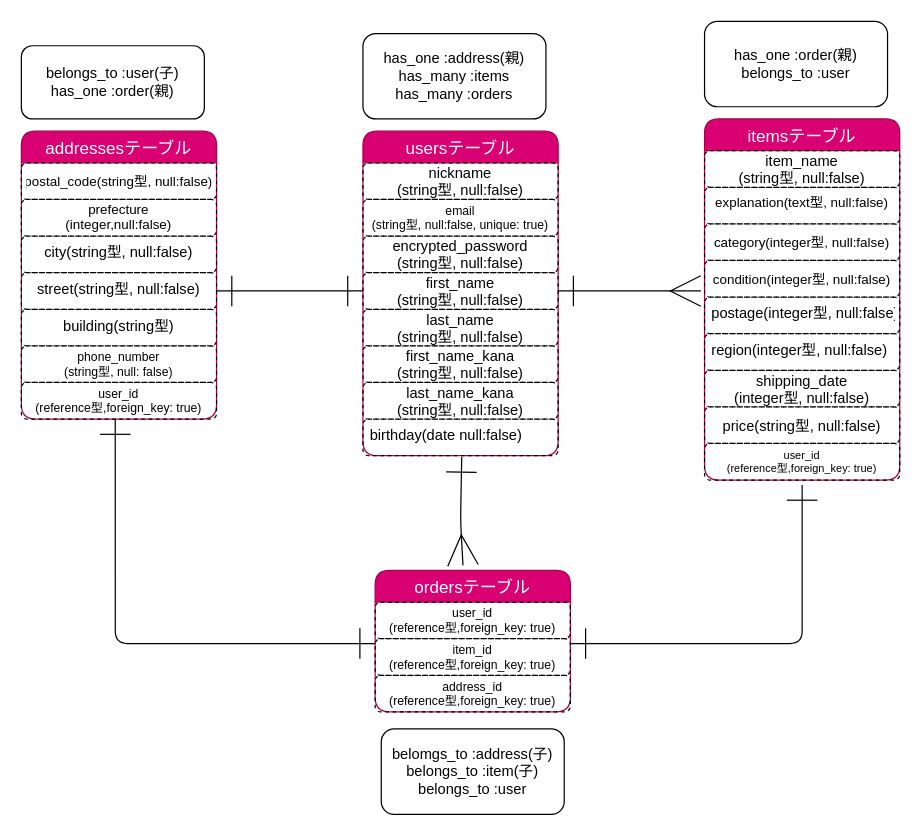
kepooooo22/furima-40361 keeps this draw.io diagram as test.dio. Above is the earlier version. Source tidied: cells renumbered, new cells numbered last; positions are measured from the earlier drawing's top-left corner, leaving out a move shared by most shapes. Both pictures are drawn from the tidied source at 122%, with x=0, y=0 at pixel (21, 21).
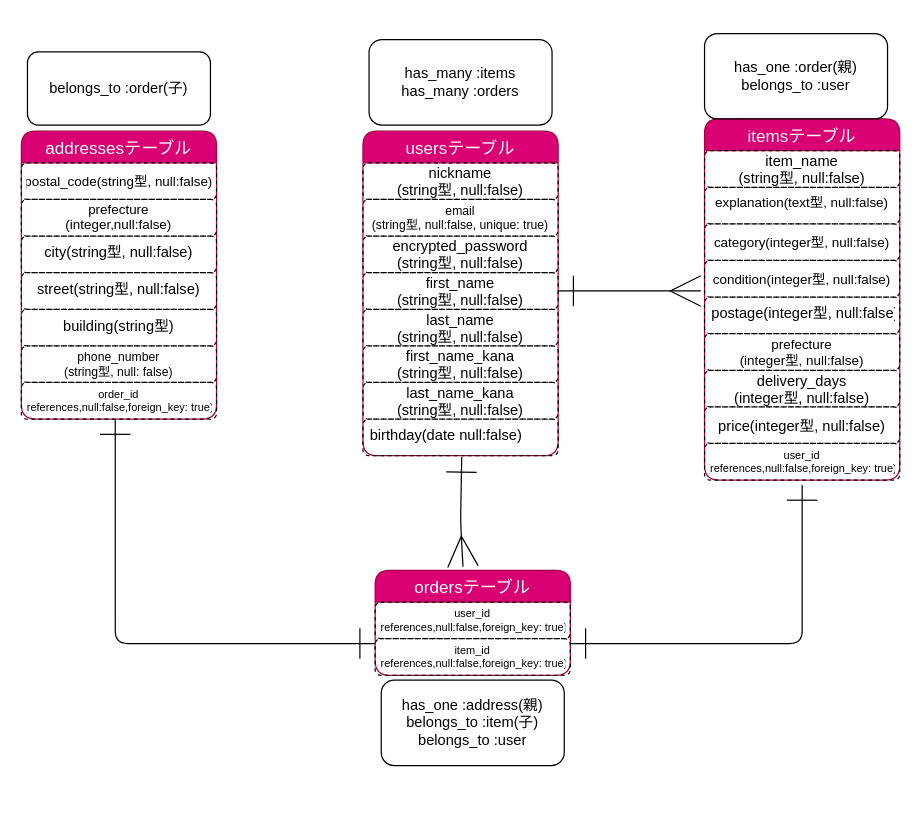
After the change.

Commit message (it also covers changes not shown here):
データベース設計修正

Unchanged cells that the change refers to:
```xml
<mxCell id="6" value="first_name&#10;(string型, null:false)&#10;" style="text;strokeColor=default;fillColor=none;spacingLeft=4;spacingRight=4;overflow=hidden;points=[[0,0.5],[1,0.5]];portConstraint=eastwest;fontSize=12;rounded=1;align=center;verticalAlign=middle;dashed=1;" parent="2" vertex="1">
  <mxGeometry y="116" width="160" height="30" as="geometry" />
</mxCell>
<mxCell id="15" value="itemsテーブル" style="swimlane;fontStyle=0;horizontal=1;startSize=26;align=center;fontSize=14;rounded=1;fillColor=#d80073;fontColor=#ffffff;strokeColor=#A50040;" parent="1" vertex="1">
  <mxGeometry x="560" y="80" width="160" height="296" as="geometry" />
</mxCell>
<mxCell id="25" value="addressesテーブル" style="swimlane;fontStyle=0;horizontal=1;startSize=26;align=center;fontSize=14;rounded=1;labelBackgroundColor=none;fillColor=#d80073;fontColor=#ffffff;strokeColor=#A50040;" parent="1" vertex="1">
  <mxGeometry y="90" width="160" height="236" as="geometry" />
</mxCell>
<mxCell id="29" value="street(string型, null:false)" style="text;strokeColor=default;fillColor=none;spacingLeft=4;spacingRight=4;overflow=hidden;points=[[0,0.5],[1,0.5]];portConstraint=eastwest;fontSize=12;labelBorderColor=none;rounded=1;dashed=1;align=center;" parent="25" vertex="1">
  <mxGeometry y="116" width="160" height="30" as="geometry" />
</mxCell>
```

Diff of the diagram source:
```diff
@@
     <mxCell id="11" value="ordersテーブル" style="swimlane;fontStyle=0;horizontal=1;startSize=26;align=center;fontSize=14;rounded=1;fillColor=#d80073;fontColor=#ffffff;strokeColor=#A50040;" parent="1" vertex="1">
-      <mxGeometry x="290" y="450" width="160" height="116" as="geometry" />
+      <mxGeometry x="290" y="450" width="160" height="86" as="geometry" />
     </mxCell>
-    <mxCell id="12" value="user_id&#10;(reference型,foreign_key: true)" style="text;strokeColor=default;fillColor=none;spacingLeft=4;spacingRight=4;overflow=hidden;fontSize=10;rounded=1;dashed=1;align=center;verticalAlign=middle;" parent="11" vertex="1">
+    <mxCell id="12" value="user_id&#10;(references,null:false,foreign_key: true)" style="text;strokeColor=default;fillColor=none;spacingLeft=4;spacingRight=4;overflow=hidden;fontSize=9;rounded=1;dashed=1;align=center;verticalAlign=middle;" parent="11" vertex="1">
       <mxGeometry y="26" width="160" height="30" as="geometry" />
     </mxCell>
-    <mxCell id="13" value="item_id&#10;(reference型,foreign_key: true)" style="text;strokeColor=default;fillColor=none;spacingLeft=4;spacingRight=4;overflow=hidden;fontSize=10;labelBorderColor=none;rounded=1;dashed=1;align=center;verticalAlign=middle;" parent="11" vertex="1">
+    <mxCell id="13" value="item_id&#10;(references,null:false,foreign_key: true)" style="text;strokeColor=default;fillColor=none;spacingLeft=4;spacingRight=4;overflow=hidden;fontSize=9;labelBorderColor=none;rounded=1;dashed=1;align=center;verticalAlign=middle;" parent="11" vertex="1">
       <mxGeometry y="56" width="160" height="30" as="geometry" />
     </mxCell>
-    <mxCell id="14" value="address_id&#10;(reference型,foreign_key: true)" style="text;strokeColor=default;fillColor=none;spacingLeft=4;spacingRight=4;overflow=hidden;fontSize=10;labelBorderColor=none;rounded=1;dashed=1;align=center;verticalAlign=middle;" parent="11" vertex="1">
-      <mxGeometry y="86" width="160" height="30" as="geometry" />
-    </mxCell>
@@
-    <mxCell id="21" value="region(integer型, null:false)" style="text;strokeColor=default;fillColor=none;spacingLeft=4;spacingRight=4;overflow=hidden;fontSize=12;rounded=1;dashed=1;" parent="15" vertex="1">
+    <mxCell id="21" value="prefecture&#10;(integer型, null:false)" style="text;strokeColor=default;fillColor=none;spacingLeft=4;spacingRight=4;overflow=hidden;fontSize=11;rounded=1;dashed=1;align=center;verticalAlign=middle;" parent="15" vertex="1">
       <mxGeometry y="176" width="160" height="30" as="geometry" />
     </mxCell>
-    <mxCell id="22" value="shipping_date&#10;(integer型, null:false)" style="text;strokeColor=default;fillColor=none;spacingLeft=4;spacingRight=4;overflow=hidden;fontSize=12;rounded=1;dashed=1;align=center;verticalAlign=middle;" parent="15" vertex="1">
+    <mxCell id="22" value="delivery_days&#10;(integer型, null:false)" style="text;strokeColor=default;fillColor=none;spacingLeft=4;spacingRight=4;overflow=hidden;fontSize=12;rounded=1;dashed=1;align=center;verticalAlign=middle;" parent="15" vertex="1">
       <mxGeometry y="206" width="160" height="30" as="geometry" />
     </mxCell>
-    <mxCell id="23" value="price(string型, null:false)" style="text;strokeColor=default;fillColor=none;spacingLeft=4;spacingRight=4;overflow=hidden;fontSize=12;rounded=1;dashed=1;align=center;verticalAlign=middle;" parent="15" vertex="1">
+    <mxCell id="23" value="price(integer型, null:false)" style="text;strokeColor=default;fillColor=none;spacingLeft=4;spacingRight=4;overflow=hidden;fontSize=12;rounded=1;dashed=1;align=center;verticalAlign=middle;" parent="15" vertex="1">
       <mxGeometry y="236" width="160" height="30" as="geometry" />
     </mxCell>
-    <mxCell id="24" value="user_id&#10;(reference型,foreign_key: true)" style="text;strokeColor=default;fillColor=none;spacingLeft=4;spacingRight=4;overflow=hidden;fontSize=9;rounded=1;dashed=1;align=center;verticalAlign=middle;" parent="15" vertex="1">
+    <mxCell id="24" value="user_id&#10;(references,null:false,foreign_key: true)" style="text;strokeColor=default;fillColor=none;spacingLeft=4;spacingRight=4;overflow=hidden;fontSize=9;rounded=1;dashed=1;align=center;verticalAlign=middle;" parent="15" vertex="1">
       <mxGeometry y="266" width="160" height="30" as="geometry" />
     </mxCell>
@@
-    <mxCell id="32" value="user_id&#10;(reference型,foreign_key: true)" style="text;strokeColor=default;fillColor=none;spacingLeft=4;spacingRight=4;overflow=hidden;points=[[0,0.5],[1,0.5]];portConstraint=eastwest;fontSize=10;rounded=1;dashed=1;align=center;verticalAlign=middle;" parent="25" vertex="1">
+    <mxCell id="32" value="order_id&#10;(references,null:false,foreign_key: true)" style="text;strokeColor=default;fillColor=none;spacingLeft=4;spacingRight=4;overflow=hidden;points=[[0,0.5],[1,0.5]];portConstraint=eastwest;fontSize=9;rounded=1;dashed=1;align=center;verticalAlign=middle;" parent="25" vertex="1">
       <mxGeometry y="206" width="160" height="30" as="geometry" />
     </mxCell>
@@
-    <mxCell id="34" style="edgeStyle=none;jumpSize=23;html=1;exitX=1;exitY=0.5;exitDx=0;exitDy=0;strokeWidth=1;endArrow=ERone;endFill=0;startSize=23;endSize=23;sourcePerimeterSpacing=0;startArrow=ERone;startFill=0;entryX=0;entryY=0.5;entryDx=0;entryDy=0;" parent="1" edge="1" source="29" target="6">
-      <mxGeometry relative="1" as="geometry" />
-    </mxCell>
@@
-    <mxCell id="38" value="has_one :address(親)&lt;br&gt;has_many :items&lt;br&gt;has_many :orders" style="text;strokeColor=default;align=center;fillColor=none;html=1;verticalAlign=middle;whiteSpace=wrap;rounded=1;" parent="1" vertex="1">
-      <mxGeometry x="280" y="10" width="150" height="70" as="geometry" />
+    <mxCell id="38" value="has_many :items&lt;br&gt;has_many :orders" style="text;strokeColor=default;align=center;fillColor=none;html=1;verticalAlign=middle;whiteSpace=wrap;rounded=1;" parent="1" vertex="1">
+      <mxGeometry x="285" y="15" width="150" height="70" as="geometry" />
     </mxCell>
-    <mxCell id="39" value="belongs_to :user(子)&lt;br&gt;has_one :order(親)" style="text;strokeColor=default;align=center;fillColor=none;html=1;verticalAlign=middle;whiteSpace=wrap;rounded=1;" parent="1" vertex="1">
-      <mxGeometry y="20" width="150" height="60" as="geometry" />
+    <mxCell id="39" value="belongs_to :order(子)" style="text;strokeColor=default;align=center;fillColor=none;html=1;verticalAlign=middle;whiteSpace=wrap;rounded=1;" parent="1" vertex="1">
+      <mxGeometry x="5" y="25" width="150" height="60" as="geometry" />
     </mxCell>
-    <mxCell id="40" value="belomgs_to :address(子)&lt;br&gt;belongs_to :item(子)&lt;br&gt;belongs_to :user" style="text;strokeColor=default;align=center;fillColor=none;html=1;verticalAlign=middle;whiteSpace=wrap;rounded=1;" parent="1" vertex="1">
-      <mxGeometry x="295" y="580" width="150" height="70" as="geometry" />
+    <mxCell id="40" value="has_one :address(親)&lt;br&gt;belongs_to :item(子)&lt;br&gt;belongs_to :user" style="text;strokeColor=default;align=center;fillColor=none;html=1;verticalAlign=middle;whiteSpace=wrap;rounded=1;" parent="1" vertex="1">
+      <mxGeometry x="295" y="540" width="150" height="70" as="geometry" />
     </mxCell>
     <mxCell id="41" value="has_one :order(親)&lt;br&gt;belongs_to :user" style="text;strokeColor=default;align=center;fillColor=none;html=1;verticalAlign=middle;whiteSpace=wrap;rounded=1;" parent="1" vertex="1">
-      <mxGeometry x="560" width="150" height="70" as="geometry" />
+      <mxGeometry x="560" y="10" width="150" height="70" as="geometry" />
     </mxCell>
```
